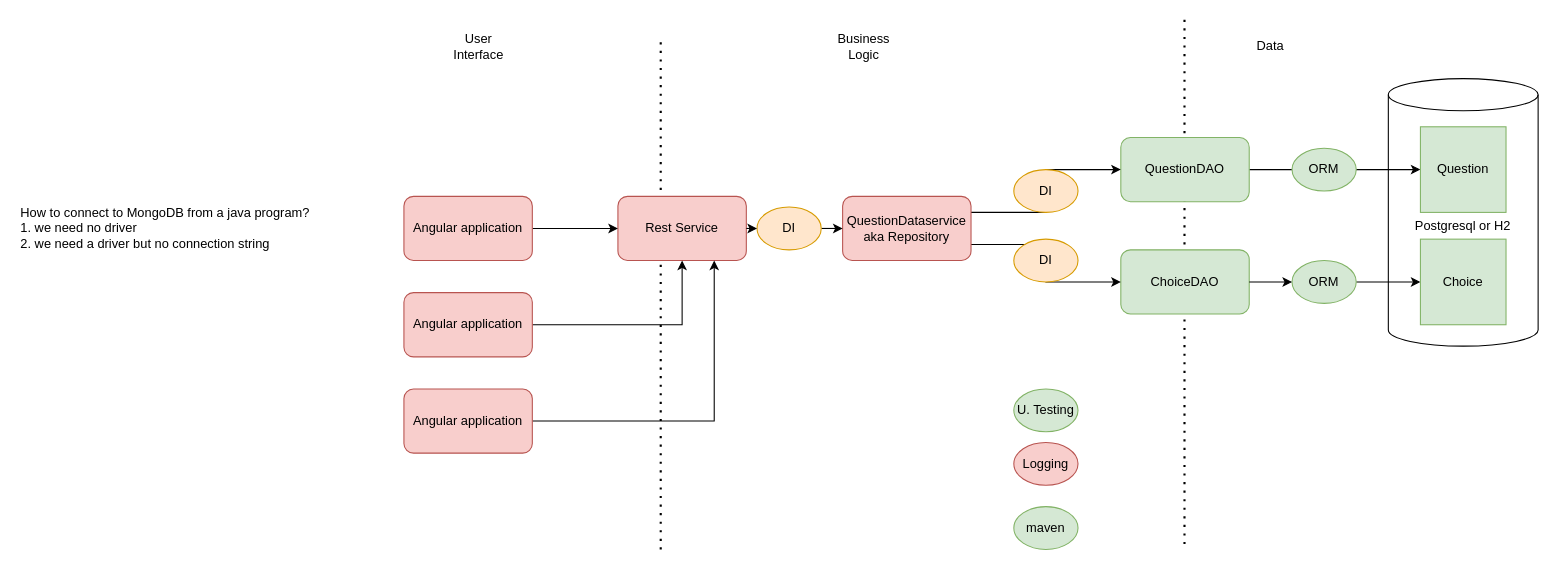
The draw.io diagram page "roadmap" (1 of 3) of quiz-core-professor/repository.drawio in thomasbroussard/2021s1-adv-java, before the edit. Source tidied: cells renumbered, new cells numbered last; positions are measured from the earlier drawing's top-left corner, leaving out a move shared by most shapes. Both pictures are drawn from the tidied source at 107%, with x=0, y=0 at pixel (18, 19).
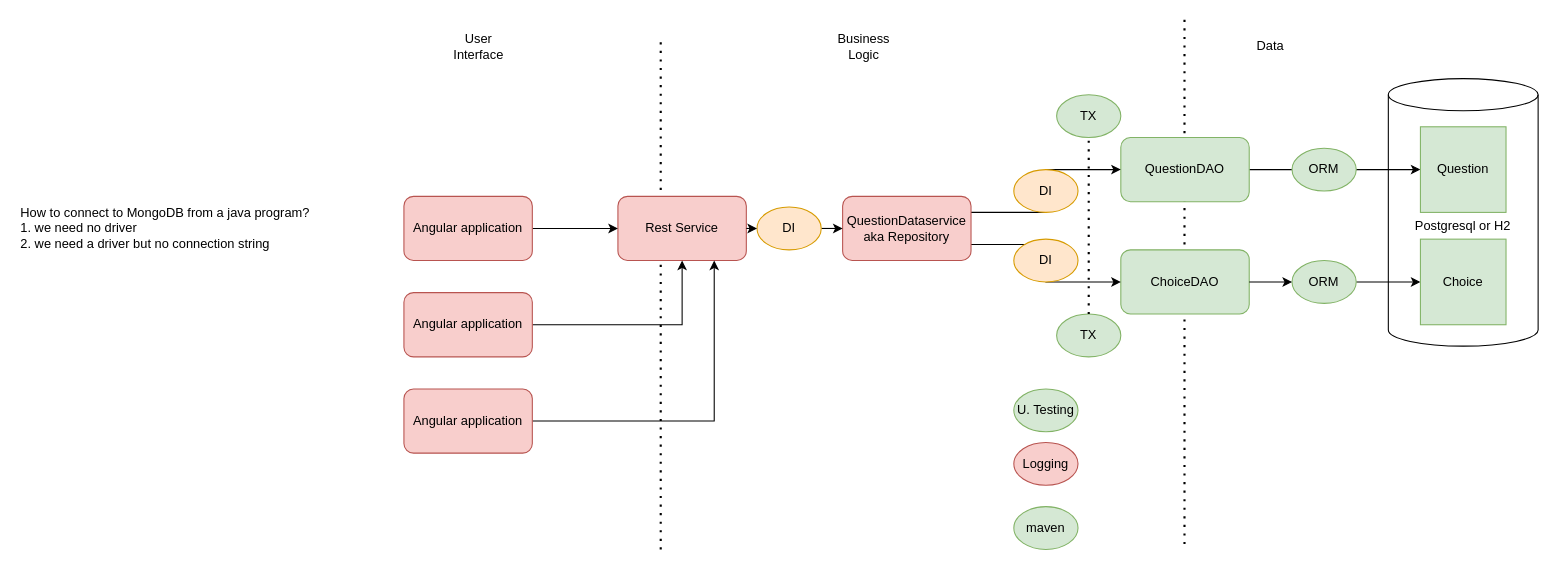
Above is the later version.

Diff of the diagram source:
```diff
@@
+    <mxCell id="36" value="TX" style="ellipse;whiteSpace=wrap;html=1;align=center;fillColor=#d5e8d4;strokeColor=#82b366;" parent="1" vertex="1">
+      <mxGeometry x="970" y="70" width="60" height="40" as="geometry" />
+    </mxCell>
+    <mxCell id="37" value="TX" style="ellipse;whiteSpace=wrap;html=1;align=center;fillColor=#d5e8d4;strokeColor=#82b366;" parent="1" vertex="1">
+      <mxGeometry x="970" y="275" width="60" height="40" as="geometry" />
+    </mxCell>
+    <mxCell id="38" style="endArrow=none;dashed=1;html=1;dashPattern=1 3;strokeWidth=2;entryX=0.5;entryY=1;entryDx=0;entryDy=0;exitX=0.5;exitY=0;exitDx=0;exitDy=0;" parent="1" edge="1" source="37" target="36">
+      <mxGeometry relative="1" as="geometry" />
+    </mxCell>
```
